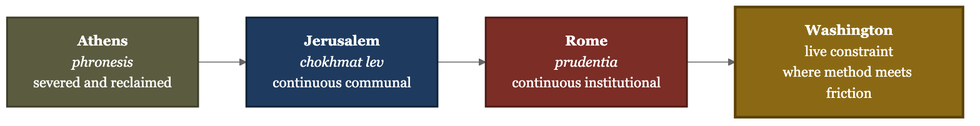
The Mermaid diagram assets/figures/slide/four-stations-genealogy.png in Oranburg/LEP, before a commit. Its source is kept beside it as assets/figures/source/four-stations-genealogy.mmd.
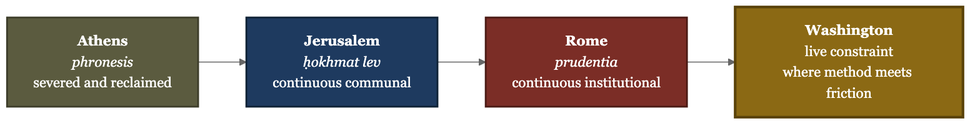
The same diagram one commit later.

Change to the diagram source:
```diff
@@ -6,7 +6,7 @@
   classDef present fill:#8B6914,color:#FFFFFF,stroke:#5A4309,stroke-width:3px
 
   A["<b>Athens</b><br/><i>phronesis</i><br/>severed and reclaimed"]:::secular
-  J["<b>Jerusalem</b><br/><i>chokhmat lev</i><br/>continuous communal"]:::jewish
+  J["<b>Jerusalem</b><br/><i>ḥokhmat lev</i><br/>continuous communal"]:::jewish
   R["<b>Rome</b><br/><i>prudentia</i><br/>continuous institutional"]:::catholic
   W["<b>Washington</b><br/>live constraint<br/>where method meets friction"]:::present
 
```
